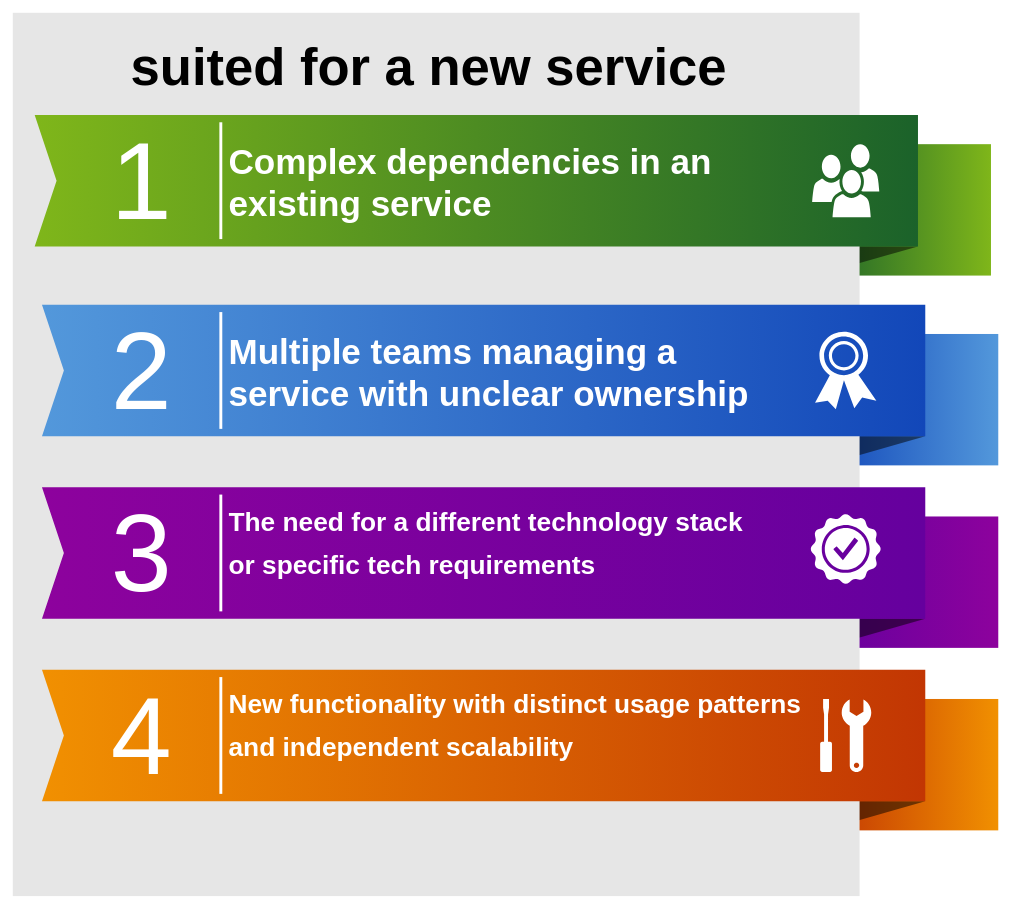
Above: Diagrams/Untitled Diagram.drawio in MajeQafouri/MyTechniecalArticlesDiagrams (draw.io), before the change. Source tidied: cells renumbered, new cells numbered last; positions are measured from the earlier drawing's top-left corner, leaving out a move shared by most shapes. Both pictures are drawn from the tidied source at 73%, with x=0, y=0 at pixel (12, 12).
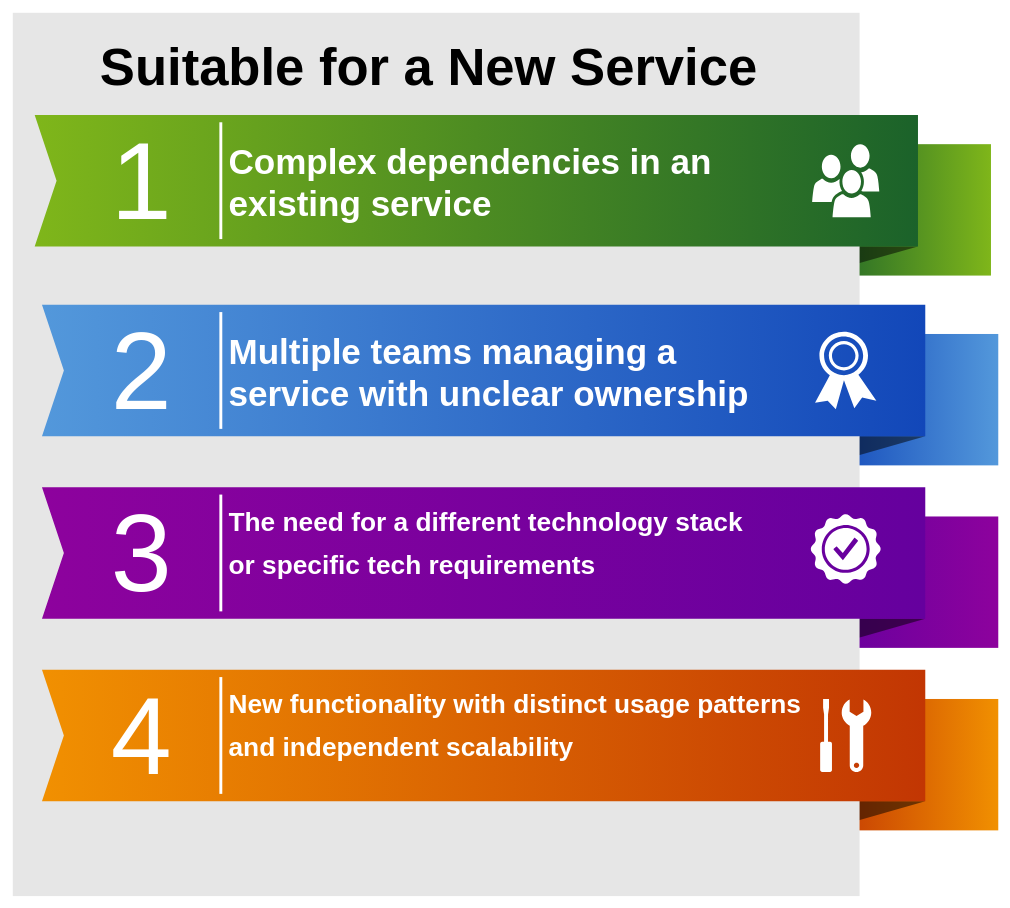
The same diagram, later.

Commit message:
MicroserviceDilemma-NewService2

The edit, as a diff of the source:
```diff
@@
-    <mxCell id="31" value="&lt;p class=&quot;graf graf--p&quot;&gt;&lt;strong class=&quot;markup--strong markup--p-strong&quot;&gt;&lt;font style=&quot;font-size: 72px;&quot;&gt;suited for a new service&lt;/font&gt;&lt;/strong&gt;&lt;/p&gt;" style="text;html=1;strokeColor=none;fillColor=none;align=center;verticalAlign=middle;whiteSpace=wrap;rounded=0;" parent="1" vertex="1">
+    <mxCell id="31" value="&lt;p class=&quot;graf graf--p&quot;&gt;&lt;strong class=&quot;markup--strong markup--p-strong&quot;&gt;&lt;font style=&quot;font-size: 72px;&quot;&gt;Suitable for a New Service&lt;/font&gt;&lt;/strong&gt;&lt;/p&gt;" style="text;html=1;strokeColor=none;fillColor=none;align=center;verticalAlign=middle;whiteSpace=wrap;rounded=0;" parent="1" vertex="1">
       <mxGeometry x="80" y="40" width="980" height="70" as="geometry" />
     </mxCell>
```
